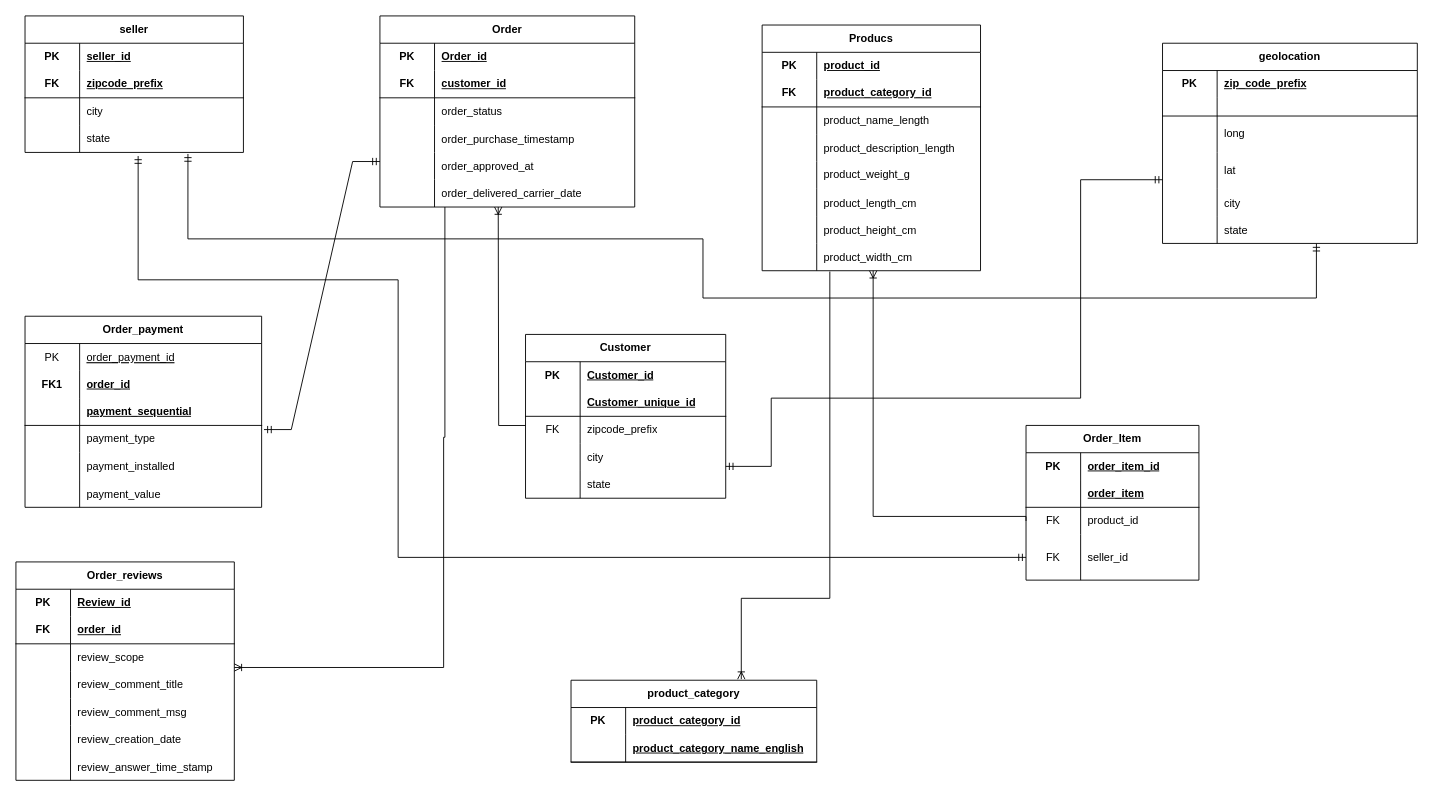
dimz996/E-commerce-system-Creation keeps this draw.io diagram as ER DIagrams/sells_erd.drawio. Above is the earlier version. Source tidied: cells renumbered, new cells numbered last; positions are measured from the earlier drawing's top-left corner, leaving out a move shared by most shapes. Both pictures are drawn from the tidied source at 91%, with x=0, y=0 at pixel (15, 15).
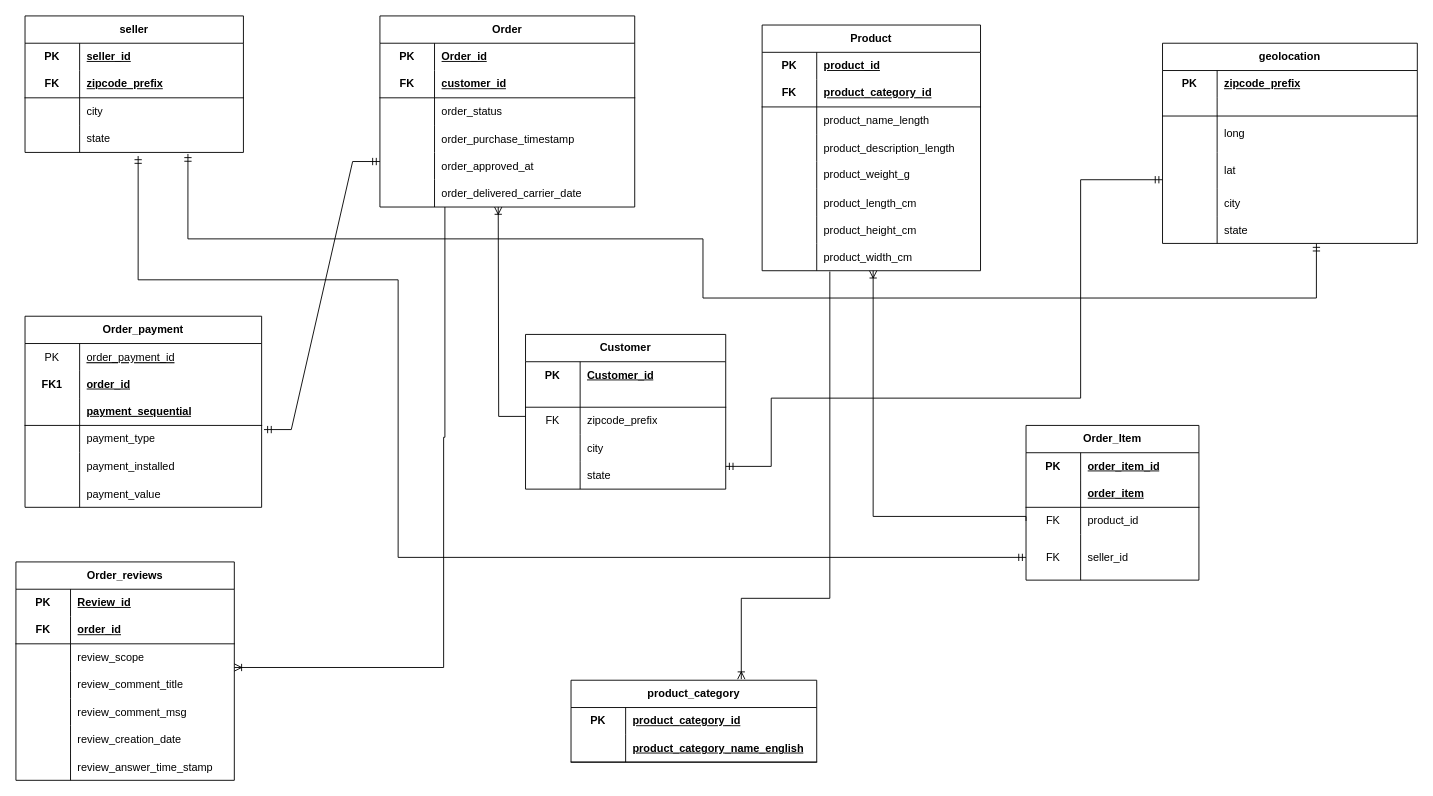
The same page after the edit.

Commit message (it also covers changes not shown here):
updated er diagram & OLTP queries

The change refers to these unchanged cells:
```xml
<mxCell id="142" style="shape=tableRow;horizontal=0;startSize=0;swimlaneHead=0;swimlaneBody=0;fillColor=none;top=0;left=0;right=0;bottom=0;html=1;" parent="141" vertex="1">
  <mxGeometry y="30" width="280" height="30" as="geometry" />
</mxCell>
```

Diff of the diagram source:
```diff
@@
     <mxCell id="53" value="Customer" style="shape=table;startSize=30;childLayout=tableLayout;rowLines=0;fontStyle=1;align=center;html=1;whiteSpace=wrap;" parent="1" vertex="1">
-      <mxGeometry x="560" y="350" width="220" height="180" as="geometry" />
+      <mxGeometry x="560" y="350" width="220" height="170" as="geometry" />
     </mxCell>
@@
     <mxCell id="57" style="shape=tableRow;horizontal=0;startSize=0;swimlaneHead=0;swimlaneBody=0;fillColor=none;top=0;left=0;right=0;bottom=1;html=1;" parent="53" vertex="1">
-      <mxGeometry y="60" width="220" height="30" as="geometry" />
+      <mxGeometry y="60" width="220" height="20" as="geometry" />
     </mxCell>
     <mxCell id="58" style="shape=partialRectangle;fillColor=none;top=0;left=0;bottom=0;right=0;fontStyle=1;overflow=hidden;html=1;whiteSpace=wrap;" parent="57" vertex="1">
-      <mxGeometry width="60" height="30" as="geometry" />
+      <mxGeometry width="60" height="20" as="geometry" />
     </mxCell>
-    <mxCell id="59" value="Customer_unique_id" style="shape=partialRectangle;fillColor=none;top=0;left=0;bottom=0;right=0;align=left;spacingLeft=6;fontStyle=5;overflow=hidden;html=1;whiteSpace=wrap;" parent="57" vertex="1">
-      <mxGeometry x="60" width="160" height="30" as="geometry" />
+    <mxCell id="59" style="shape=partialRectangle;fillColor=none;top=0;left=0;bottom=0;right=0;align=left;spacingLeft=6;fontStyle=5;overflow=hidden;html=1;whiteSpace=wrap;" parent="57" vertex="1">
+      <mxGeometry x="60" width="160" height="20" as="geometry" />
     </mxCell>
     <mxCell id="60" style="shape=tableRow;horizontal=0;startSize=0;swimlaneHead=0;swimlaneBody=0;fillColor=none;points=[[0,0.5],[1,0.5]];portConstraint=eastwest;top=0;left=0;right=0;bottom=0;html=1;" parent="53" vertex="1">
-      <mxGeometry y="90" width="220" height="30" as="geometry" />
+      <mxGeometry y="80" width="220" height="30" as="geometry" />
     </mxCell>
@@
     <mxCell id="63" style="shape=tableRow;horizontal=0;startSize=0;swimlaneHead=0;swimlaneBody=0;fillColor=none;top=0;left=0;right=0;bottom=0;" parent="53" vertex="1">
-      <mxGeometry y="120" width="220" height="30" as="geometry" />
+      <mxGeometry y="110" width="220" height="30" as="geometry" />
     </mxCell>
@@
     <mxCell id="66" style="shape=tableRow;horizontal=0;startSize=0;swimlaneHead=0;swimlaneBody=0;fillColor=none;top=0;left=0;right=0;bottom=0;html=1;" parent="53" vertex="1">
-      <mxGeometry y="150" width="220" height="30" as="geometry" />
+      <mxGeometry y="140" width="220" height="30" as="geometry" />
     </mxCell>
@@
-    <mxCell id="111" value="Producs" style="shape=table;startSize=30;childLayout=tableLayout;rowLines=0;fontStyle=1;align=center;html=1;whiteSpace=wrap;" parent="1" vertex="1">
+    <mxCell id="111" value="Product" style="shape=table;startSize=30;childLayout=tableLayout;rowLines=0;fontStyle=1;align=center;html=1;whiteSpace=wrap;" parent="1" vertex="1">
       <mxGeometry x="820" y="10" width="240" height="270" as="geometry" />
     </mxCell>
@@
-    <mxCell id="144" value="&lt;span style=&quot;text-wrap-mode: nowrap;&quot;&gt;zip_code_prefix&lt;/span&gt;" style="shape=partialRectangle;fillColor=none;top=0;left=0;bottom=0;right=0;align=left;spacingLeft=6;fontStyle=5;overflow=hidden;html=1;whiteSpace=wrap;" parent="142" vertex="1">
+    <mxCell id="144" value="&lt;span style=&quot;text-wrap-mode: nowrap;&quot;&gt;zipcode_prefix&lt;/span&gt;" style="shape=partialRectangle;fillColor=none;top=0;left=0;bottom=0;right=0;align=left;spacingLeft=6;fontStyle=5;overflow=hidden;html=1;whiteSpace=wrap;" parent="142" vertex="1">
       <mxGeometry x="60" width="220" height="30" as="geometry" />
     </mxCell>
```
